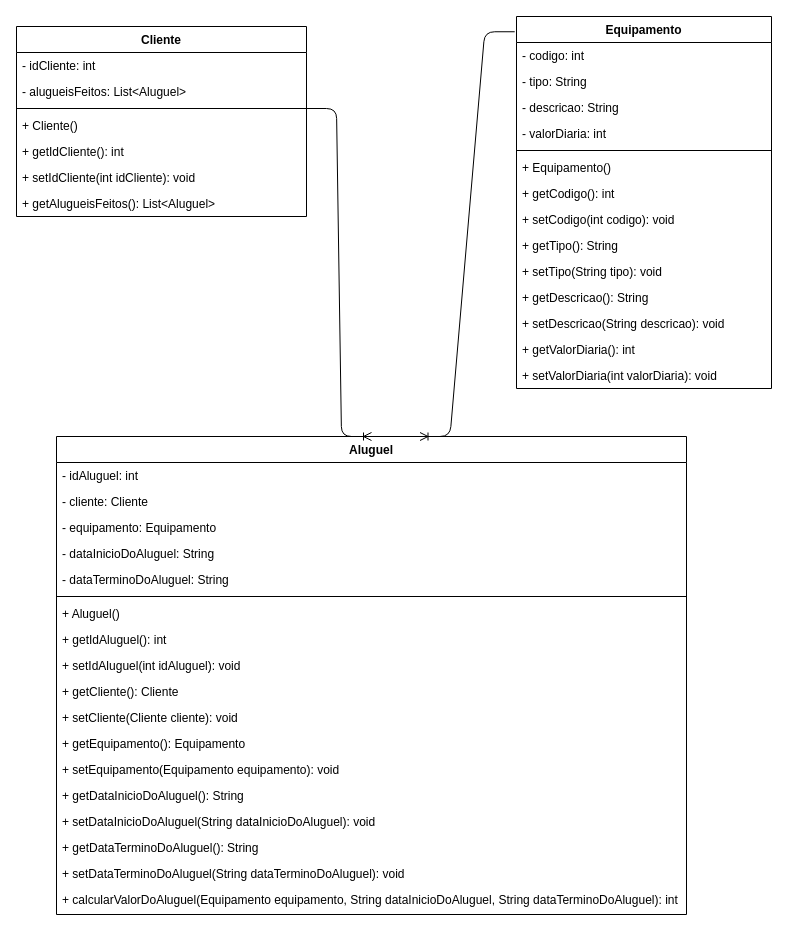
Earlier version of the draw.io diagram docs/diagramas/diagramaDeClasses.drawio (puc-aulas/lpm-noite-quarta-pl-luccaluchi). Source tidied: cells renumbered, new cells numbered last; positions are measured from the earlier drawing's top-left corner, leaving out a move shared by most shapes. Both pictures are drawn from the tidied source at 100%, with x=0, y=0 at pixel (16, 16).
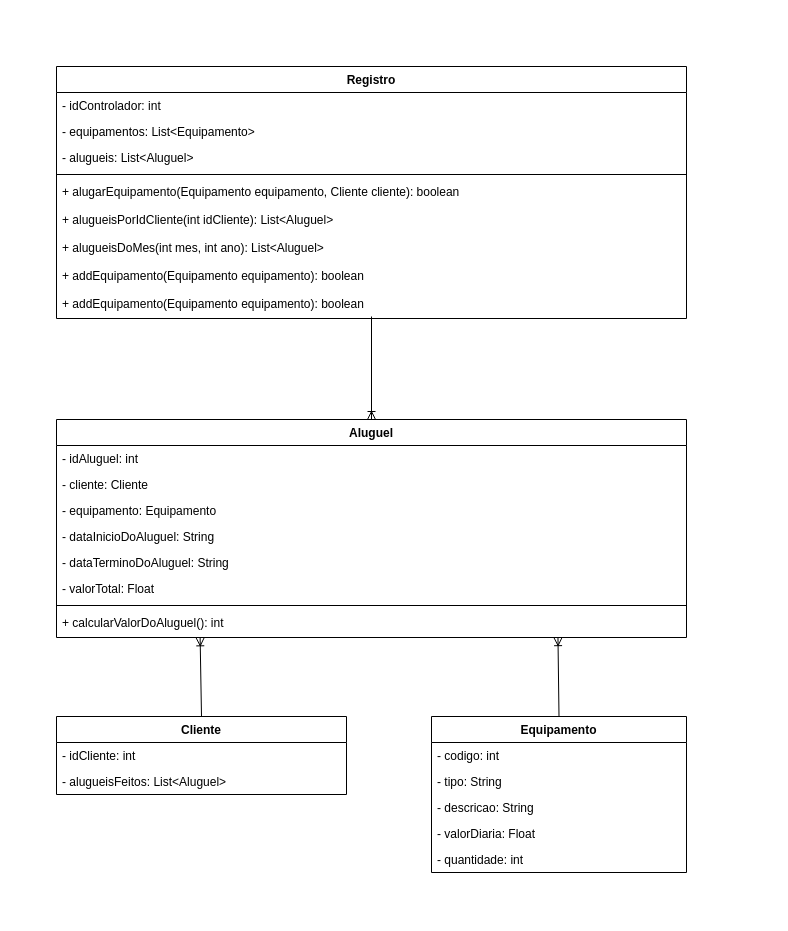
The same page after the edit.

Diff of the diagram source:
```diff
@@
     <mxCell id="2" value="Cliente" style="swimlane;fontStyle=1;align=center;verticalAlign=top;horizontal=1;startSize=26;" parent="1" vertex="1">
-      <mxGeometry y="10" width="290" height="190" as="geometry" />
+      <mxGeometry x="40" y="700" width="290" height="78" as="geometry" />
     </mxCell>
@@
-    <mxCell id="5" style="line;strokeWidth=1;fillColor=none;align=left;verticalAlign=middle;spacingTop=-1;spacingLeft=3;spacingRight=3;labelPosition=right;points=[];portConstraint=eastwest;strokeColor=inherit;" parent="2" vertex="1">
-      <mxGeometry y="78" width="290" height="8" as="geometry" />
-    </mxCell>
-    <mxCell id="6" value="+ Cliente() " style="text;strokeColor=none;fillColor=none;align=left;verticalAlign=top;spacingLeft=4;spacingRight=4;overflow=hidden;" parent="2" vertex="1">
-      <mxGeometry y="86" width="290" height="26" as="geometry" />
-    </mxCell>
-    <mxCell id="7" value="+ getIdCliente(): int" style="text;strokeColor=none;fillColor=none;align=left;verticalAlign=top;spacingLeft=4;spacingRight=4;overflow=hidden;" parent="2" vertex="1">
-      <mxGeometry y="112" width="290" height="26" as="geometry" />
-    </mxCell>
-    <mxCell id="8" value="+ setIdCliente(int idCliente): void" style="text;strokeColor=none;fillColor=none;align=left;verticalAlign=top;spacingLeft=4;spacingRight=4;overflow=hidden;" parent="2" vertex="1">
-      <mxGeometry y="138" width="290" height="26" as="geometry" />
-    </mxCell>
-    <mxCell id="9" value="+ getAlugueisFeitos(): List&lt;Aluguel&gt;" style="text;strokeColor=none;fillColor=none;align=left;verticalAlign=top;spacingLeft=4;spacingRight=4;overflow=hidden;" parent="2" vertex="1">
-      <mxGeometry y="164" width="290" height="26" as="geometry" />
-    </mxCell>
     <mxCell id="10" value="Equipamento" style="swimlane;fontStyle=1;align=center;verticalAlign=top;horizontal=1;startSize=26;" parent="1" vertex="1">
-      <mxGeometry x="500" width="255" height="372" as="geometry" />
+      <mxGeometry x="415" y="700" width="255" height="156" as="geometry" />
     </mxCell>
@@
-    <mxCell id="14" value="- valorDiaria: int" style="text;strokeColor=none;fillColor=none;align=left;verticalAlign=top;spacingLeft=4;spacingRight=4;overflow=hidden;" parent="10" vertex="1">
+    <mxCell id="14" value="- valorDiaria: Float" style="text;strokeColor=none;fillColor=none;align=left;verticalAlign=top;spacingLeft=4;spacingRight=4;overflow=hidden;" parent="10" vertex="1">
       <mxGeometry y="104" width="255" height="26" as="geometry" />
     </mxCell>
-    <mxCell id="15" style="line;strokeWidth=1;fillColor=none;align=left;verticalAlign=middle;spacingTop=-1;spacingLeft=3;spacingRight=3;labelPosition=right;strokeColor=inherit;" parent="10" vertex="1">
-      <mxGeometry y="130" width="255" height="8" as="geometry" />
-    </mxCell>
-    <mxCell id="16" value="+ Equipamento()" style="text;strokeColor=none;fillColor=none;align=left;verticalAlign=top;spacingLeft=4;spacingRight=4;overflow=hidden;" parent="10" vertex="1">
-      <mxGeometry y="138" width="255" height="26" as="geometry" />
-    </mxCell>
-    <mxCell id="17" value="+ getCodigo(): int" style="text;strokeColor=none;fillColor=none;align=left;verticalAlign=top;spacingLeft=4;spacingRight=4;overflow=hidden;" parent="10" vertex="1">
-      <mxGeometry y="164" width="255" height="26" as="geometry" />
-    </mxCell>
-    <mxCell id="18" value="+ setCodigo(int codigo): void" style="text;strokeColor=none;fillColor=none;align=left;verticalAlign=top;spacingLeft=4;spacingRight=4;overflow=hidden;" parent="10" vertex="1">
-      <mxGeometry y="190" width="255" height="26" as="geometry" />
-    </mxCell>
-    <mxCell id="19" value="+ getTipo(): String" style="text;strokeColor=none;fillColor=none;align=left;verticalAlign=top;spacingLeft=4;spacingRight=4;overflow=hidden;" parent="10" vertex="1">
-      <mxGeometry y="216" width="255" height="26" as="geometry" />
-    </mxCell>
-    <mxCell id="20" value="+ setTipo(String tipo): void" style="text;strokeColor=none;fillColor=none;align=left;verticalAlign=top;spacingLeft=4;spacingRight=4;overflow=hidden;" parent="10" vertex="1">
-      <mxGeometry y="242" width="255" height="26" as="geometry" />
-    </mxCell>
-    <mxCell id="21" value="+ getDescricao(): String" style="text;strokeColor=none;fillColor=none;align=left;verticalAlign=top;spacingLeft=4;spacingRight=4;overflow=hidden;" parent="10" vertex="1">
-      <mxGeometry y="268" width="255" height="26" as="geometry" />
-    </mxCell>
-    <mxCell id="22" value="+ setDescricao(String descricao): void" style="text;strokeColor=none;fillColor=none;align=left;verticalAlign=top;spacingLeft=4;spacingRight=4;overflow=hidden;" parent="10" vertex="1">
-      <mxGeometry y="294" width="255" height="26" as="geometry" />
-    </mxCell>
-    <mxCell id="23" value="+ getValorDiaria(): int" style="text;strokeColor=none;fillColor=none;align=left;verticalAlign=top;spacingLeft=4;spacingRight=4;overflow=hidden;" parent="10" vertex="1">
-      <mxGeometry y="320" width="255" height="26" as="geometry" />
-    </mxCell>
-    <mxCell id="24" value="+ setValorDiaria(int valorDiaria): void" style="text;strokeColor=none;fillColor=none;align=left;verticalAlign=top;spacingLeft=4;spacingRight=4;overflow=hidden;" parent="10" vertex="1">
-      <mxGeometry y="346" width="255" height="26" as="geometry" />
-    </mxCell>
+    <mxCell id="46" value="- quantidade: int" style="text;strokeColor=none;fillColor=none;align=left;verticalAlign=top;spacingLeft=4;spacingRight=4;overflow=hidden;" parent="10" vertex="1">
+      <mxGeometry y="130" width="255" height="26" as="geometry" />
+    </mxCell>
     <mxCell id="25" value="Aluguel" style="swimlane;fontStyle=1;align=center;verticalAlign=top;horizontal=1;startSize=26;" parent="1" vertex="1">
-      <mxGeometry x="40" y="420" width="630" height="478" as="geometry" />
+      <mxGeometry x="40" y="403" width="630" height="218" as="geometry" />
     </mxCell>
@@
+    <mxCell id="47" value="- valorTotal: Float" style="text;strokeColor=none;fillColor=none;align=left;verticalAlign=top;spacingLeft=4;spacingRight=4;overflow=hidden;" parent="25" vertex="1">
+      <mxGeometry y="156" width="630" height="26" as="geometry" />
+    </mxCell>
     <mxCell id="31" style="line;strokeWidth=1;fillColor=none;align=left;verticalAlign=middle;spacingTop=-1;spacingLeft=3;spacingRight=3;labelPosition=right;strokeColor=inherit;" parent="25" vertex="1">
-      <mxGeometry y="156" width="630" height="8" as="geometry" />
+      <mxGeometry y="182" width="630" height="8" as="geometry" />
     </mxCell>
-    <mxCell id="32" value="+ Aluguel()" style="text;strokeColor=none;fillColor=none;align=left;verticalAlign=top;spacingLeft=4;spacingRight=4;overflow=hidden;" parent="25" vertex="1">
-      <mxGeometry y="164" width="630" height="26" as="geometry" />
-    </mxCell>
-    <mxCell id="33" value="+ getIdAluguel(): int" style="text;strokeColor=none;fillColor=none;align=left;verticalAlign=top;spacingLeft=4;spacingRight=4;overflow=hidden;" parent="25" vertex="1">
-      <mxGeometry y="190" width="630" height="26" as="geometry" />
-    </mxCell>
-    <mxCell id="34" value="+ setIdAluguel(int idAluguel): void" style="text;strokeColor=none;fillColor=none;align=left;verticalAlign=top;spacingLeft=4;spacingRight=4;overflow=hidden;" parent="25" vertex="1">
-      <mxGeometry y="216" width="630" height="26" as="geometry" />
-    </mxCell>
-    <mxCell id="35" value="+ getCliente(): Cliente" style="text;strokeColor=none;fillColor=none;align=left;verticalAlign=top;spacingLeft=4;spacingRight=4;overflow=hidden;" parent="25" vertex="1">
-      <mxGeometry y="242" width="630" height="26" as="geometry" />
-    </mxCell>
-    <mxCell id="36" value="+ setCliente(Cliente cliente): void" style="text;strokeColor=none;fillColor=none;align=left;verticalAlign=top;spacingLeft=4;spacingRight=4;overflow=hidden;" parent="25" vertex="1">
-      <mxGeometry y="268" width="630" height="26" as="geometry" />
-    </mxCell>
-    <mxCell id="37" value="+ getEquipamento(): Equipamento" style="text;strokeColor=none;fillColor=none;align=left;verticalAlign=top;spacingLeft=4;spacingRight=4;overflow=hidden;" parent="25" vertex="1">
-      <mxGeometry y="294" width="630" height="26" as="geometry" />
-    </mxCell>
-    <mxCell id="38" value="+ setEquipamento(Equipamento equipamento): void" style="text;strokeColor=none;fillColor=none;align=left;verticalAlign=top;spacingLeft=4;spacingRight=4;overflow=hidden;" parent="25" vertex="1">
-      <mxGeometry y="320" width="630" height="26" as="geometry" />
-    </mxCell>
-    <mxCell id="39" value="+ getDataInicioDoAluguel(): String" style="text;strokeColor=none;fillColor=none;align=left;verticalAlign=top;spacingLeft=4;spacingRight=4;overflow=hidden;" parent="25" vertex="1">
-      <mxGeometry y="346" width="630" height="26" as="geometry" />
-    </mxCell>
-    <mxCell id="40" value="+ setDataInicioDoAluguel(String dataInicioDoAluguel): void" style="text;strokeColor=none;fillColor=none;align=left;verticalAlign=top;spacingLeft=4;spacingRight=4;overflow=hidden;" parent="25" vertex="1">
-      <mxGeometry y="372" width="630" height="26" as="geometry" />
-    </mxCell>
-    <mxCell id="41" value="+ getDataTerminoDoAluguel(): String" style="text;strokeColor=none;fillColor=none;align=left;verticalAlign=top;spacingLeft=4;spacingRight=4;overflow=hidden;" parent="25" vertex="1">
-      <mxGeometry y="398" width="630" height="26" as="geometry" />
-    </mxCell>
-    <mxCell id="42" value="+ setDataTerminoDoAluguel(String dataTerminoDoAluguel): void" style="text;strokeColor=none;fillColor=none;align=left;verticalAlign=top;spacingLeft=4;spacingRight=4;overflow=hidden;" parent="25" vertex="1">
-      <mxGeometry y="424" width="630" height="26" as="geometry" />
-    </mxCell>
-    <mxCell id="43" value="+ calcularValorDoAluguel(Equipamento equipamento, String dataInicioDoAluguel, String dataTerminoDoAluguel): int" style="text;strokeColor=none;fillColor=none;align=left;verticalAlign=top;spacingLeft=4;spacingRight=4;overflow=hidden;points=[[0,0.5],[1,0.5]];portConstraint=eastwest;" parent="25" vertex="1">
-      <mxGeometry y="450" width="630" height="28" as="geometry" />
+    <mxCell id="43" value="+ calcularValorDoAluguel(): int" style="text;strokeColor=none;fillColor=none;align=left;verticalAlign=top;spacingLeft=4;spacingRight=4;overflow=hidden;points=[[0,0.5],[1,0.5]];portConstraint=eastwest;" parent="25" vertex="1">
+      <mxGeometry y="190" width="630" height="28" as="geometry" />
     </mxCell>
-    <mxCell id="44" style="edgeStyle=entityRelationEdgeStyle;fontSize=12;html=1;endArrow=ERoneToMany;entryX=0.5;entryY=0;entryDx=0;entryDy=0;" parent="1" edge="1" source="5" target="25">
+    <mxCell id="44" style="fontSize=12;html=1;endArrow=ERoneToMany;exitX=0.5;exitY=0;exitDx=0;exitDy=0;entryX=0.228;entryY=1.012;entryDx=0;entryDy=0;entryPerimeter=0;" parent="1" edge="1" source="2" target="43">
       <mxGeometry relative="1" as="geometry" />
     </mxCell>
-    <mxCell id="45" style="edgeStyle=entityRelationEdgeStyle;fontSize=12;html=1;endArrow=ERoneToMany;entryX=0.577;entryY=0;entryDx=0;entryDy=0;entryPerimeter=0;exitX=-0.007;exitY=0.041;exitDx=0;exitDy=0;exitPerimeter=0;" parent="1" edge="1" source="10" target="25">
+    <mxCell id="45" style="fontSize=12;html=1;endArrow=ERoneToMany;entryX=0.796;entryY=1.006;entryDx=0;entryDy=0;entryPerimeter=0;exitX=0.5;exitY=0;exitDx=0;exitDy=0;" parent="1" edge="1" source="10" target="43">
       <mxGeometry relative="1" as="geometry" />
     </mxCell>
+    <mxCell id="48" value="Registro" style="swimlane;fontStyle=1;align=center;verticalAlign=top;horizontal=1;startSize=26;" parent="1" vertex="1">
+      <mxGeometry x="40" y="50" width="630" height="252" as="geometry" />
+    </mxCell>
+    <mxCell id="49" value="- idControlador: int" style="text;strokeColor=none;fillColor=none;align=left;verticalAlign=top;spacingLeft=4;spacingRight=4;overflow=hidden;" parent="48" vertex="1">
+      <mxGeometry y="26" width="630" height="26" as="geometry" />
+    </mxCell>
+    <mxCell id="50" value="- equipamentos: List&lt;Equipamento&gt;" style="text;strokeColor=none;fillColor=none;align=left;verticalAlign=top;spacingLeft=4;spacingRight=4;overflow=hidden;" parent="48" vertex="1">
+      <mxGeometry y="52" width="630" height="26" as="geometry" />
+    </mxCell>
+    <mxCell id="51" value="- alugueis: List&lt;Aluguel&gt;" style="text;strokeColor=none;fillColor=none;align=left;verticalAlign=top;spacingLeft=4;spacingRight=4;overflow=hidden;" parent="48" vertex="1">
+      <mxGeometry y="78" width="630" height="26" as="geometry" />
+    </mxCell>
+    <mxCell id="52" style="line;strokeWidth=1;fillColor=none;align=left;verticalAlign=middle;spacingTop=-1;spacingLeft=3;spacingRight=3;labelPosition=right;strokeColor=inherit;" parent="48" vertex="1">
+      <mxGeometry y="104" width="630" height="8" as="geometry" />
+    </mxCell>
+    <mxCell id="53" value="+ alugarEquipamento(Equipamento equipamento, Cliente cliente): boolean" style="text;strokeColor=none;fillColor=none;align=left;verticalAlign=top;spacingLeft=4;spacingRight=4;overflow=hidden;" parent="48" vertex="1">
+      <mxGeometry y="112" width="630" height="28" as="geometry" />
+    </mxCell>
+    <mxCell id="54" value="+ alugueisPorIdCliente(int idCliente): List&lt;Aluguel&gt;" style="text;strokeColor=none;fillColor=none;align=left;verticalAlign=top;spacingLeft=4;spacingRight=4;overflow=hidden;" parent="48" vertex="1">
+      <mxGeometry y="140" width="630" height="28" as="geometry" />
+    </mxCell>
+    <mxCell id="55" value="+ alugueisDoMes(int mes, int ano): List&lt;Aluguel&gt;" style="text;strokeColor=none;fillColor=none;align=left;verticalAlign=top;spacingLeft=4;spacingRight=4;overflow=hidden;" parent="48" vertex="1">
+      <mxGeometry y="168" width="630" height="28" as="geometry" />
+    </mxCell>
+    <mxCell id="56" value="+ addEquipamento(Equipamento equipamento): boolean" style="text;strokeColor=none;fillColor=none;align=left;verticalAlign=top;spacingLeft=4;spacingRight=4;overflow=hidden;" parent="48" vertex="1">
+      <mxGeometry y="196" width="630" height="28" as="geometry" />
+    </mxCell>
+    <mxCell id="57" value="+ addEquipamento(Equipamento equipamento): boolean" style="text;strokeColor=none;fillColor=none;align=left;verticalAlign=top;spacingLeft=4;spacingRight=4;overflow=hidden;" parent="48" vertex="1">
+      <mxGeometry y="224" width="630" height="28" as="geometry" />
+    </mxCell>
+    <mxCell id="58" style="fontSize=12;html=1;endArrow=ERoneToMany;entryX=0.5;entryY=0;entryDx=0;entryDy=0;" parent="1" edge="1" target="25">
+      <mxGeometry relative="1" as="geometry">
+        <mxPoint x="355" y="300" as="sourcePoint" />
+      </mxGeometry>
+    </mxCell>
```
